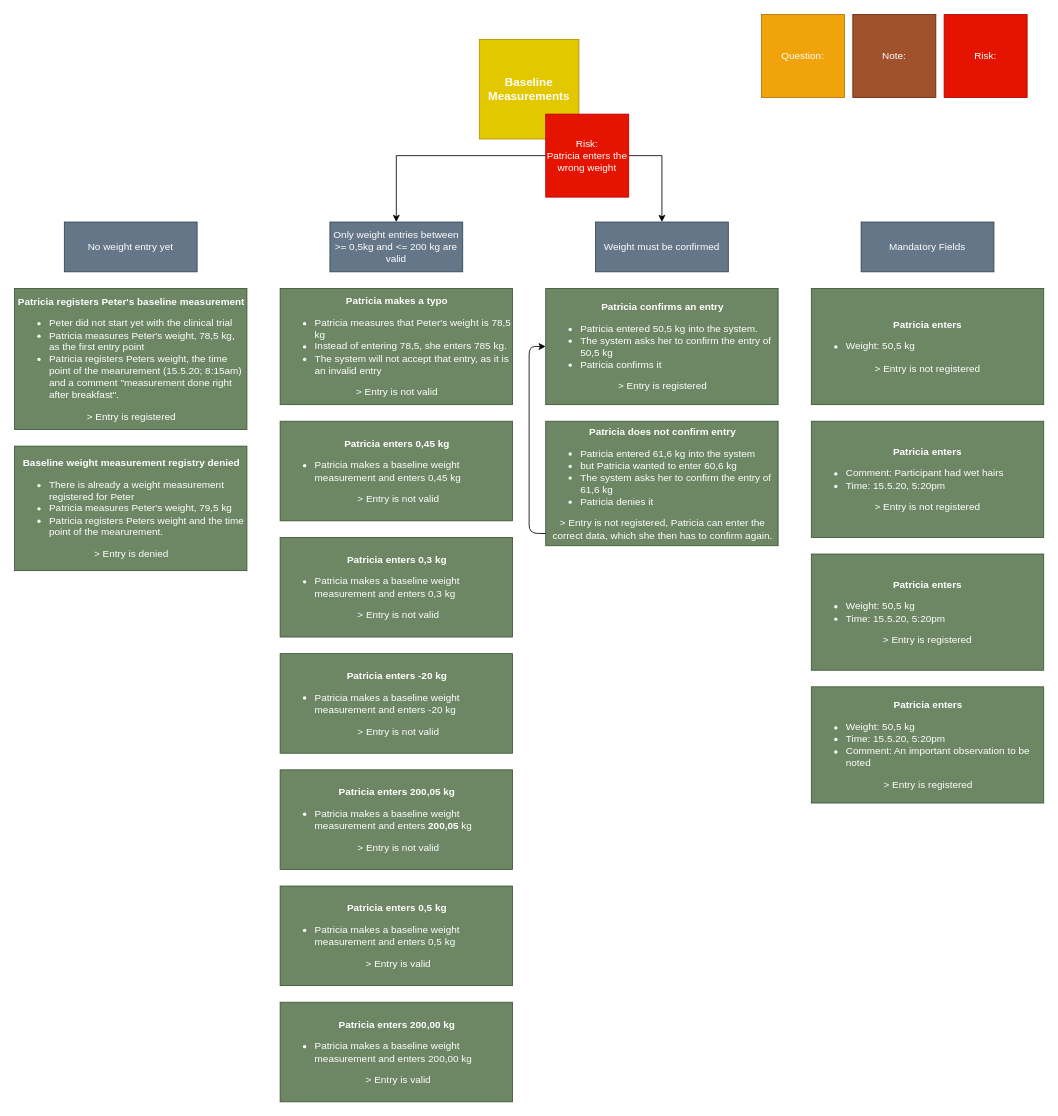
Earlier version of the draw.io diagram jba-oq-documents/ExampleMap_bddoq-26.drawio (sableu/BDD4OQ). Source tidied: cells renumbered, new cells numbered last; positions are measured from the earlier drawing's top-left corner, leaving out a move shared by most shapes. Both pictures are drawn from the tidied source at 83%, with x=0, y=0 at pixel (14, 14).
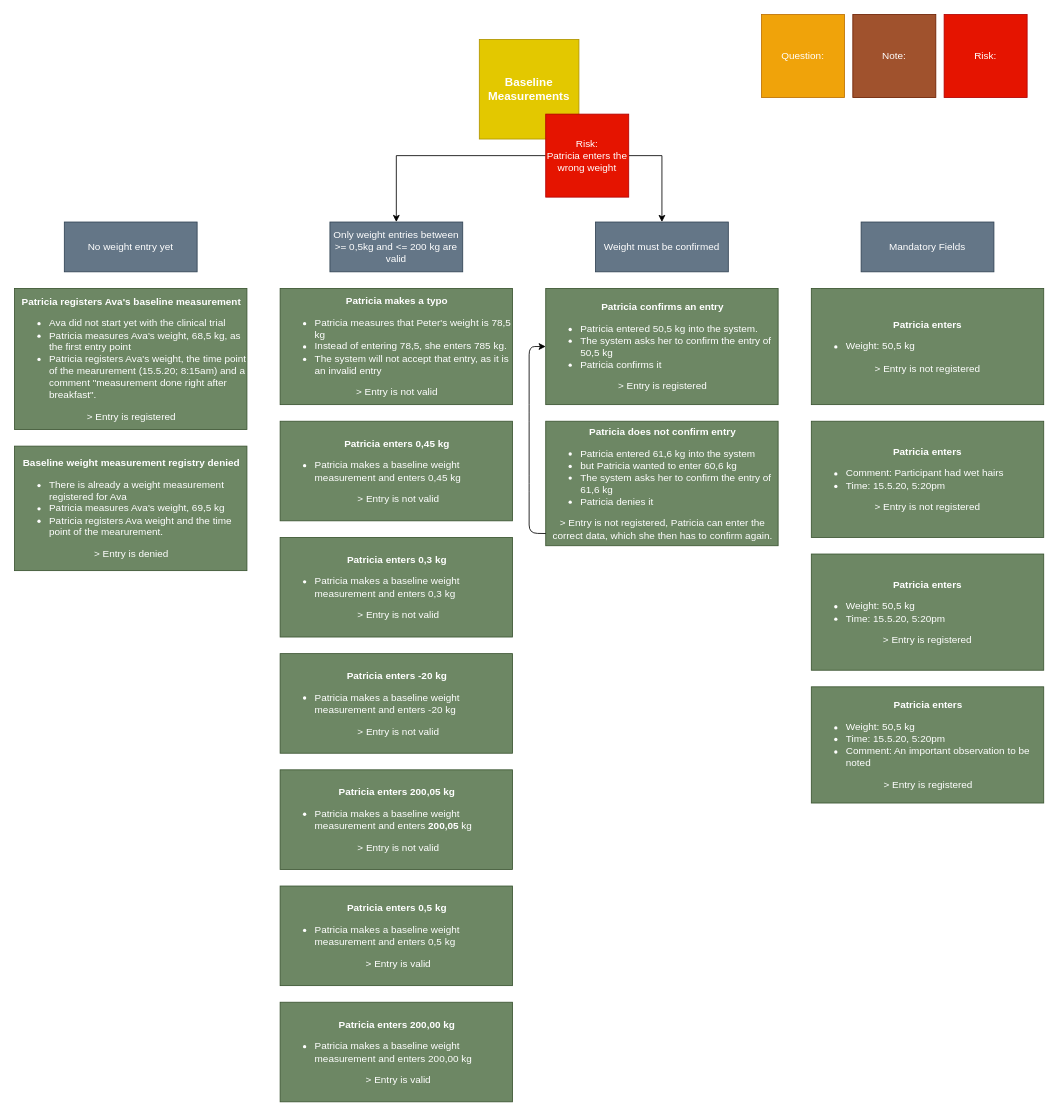
Above is the later version.

Commit message (it also covers changes not shown here):
bddoq-26: Front end, stepDefs, but not all

Diff of the diagram source:
```diff
@@
-    <mxCell id="3" value="&lt;div style=&quot;text-align: center&quot;&gt;&lt;span&gt;&lt;b&gt;Patricia registers Peter's baseline measurement&lt;/b&gt;&lt;/span&gt;&lt;/div&gt;&lt;ul&gt;&lt;li&gt;Peter did not start yet with the clinical trial&lt;/li&gt;&lt;li&gt;Patricia measures Peter's weight, 78,5 kg, as the first entry point&lt;/li&gt;&lt;li&gt;Patricia registers Peters weight, the time point of the mearurement (15.5.20; 8:15am) and a comment &quot;measurement done right after breakfast&quot;.&lt;br&gt;&lt;/li&gt;&lt;/ul&gt;&lt;div style=&quot;text-align: center&quot;&gt;&amp;gt; Entry is registered&lt;/div&gt;" style="rounded=0;whiteSpace=wrap;html=1;align=left;fillColor=#6d8764;strokeColor=#3A5431;fontColor=#ffffff;" parent="1" vertex="1">
+    <mxCell id="3" value="&lt;div style=&quot;text-align: center&quot;&gt;&lt;span&gt;&lt;b&gt;Patricia registers Ava's baseline measurement&lt;/b&gt;&lt;/span&gt;&lt;/div&gt;&lt;ul&gt;&lt;li&gt;Ava did not start yet with the clinical trial&lt;/li&gt;&lt;li&gt;Patricia measures Ava's weight, 68,5 kg, as the first entry point&lt;/li&gt;&lt;li&gt;Patricia registers Ava's weight, the time point of the mearurement (15.5.20; 8:15am) and a comment &quot;measurement done right after breakfast&quot;.&lt;br&gt;&lt;/li&gt;&lt;/ul&gt;&lt;div style=&quot;text-align: center&quot;&gt;&amp;gt; Entry is registered&lt;/div&gt;" style="rounded=0;whiteSpace=wrap;html=1;align=left;fillColor=#6d8764;strokeColor=#3A5431;fontColor=#ffffff;" parent="1" vertex="1">
       <mxGeometry y="330" width="280" height="170" as="geometry" />
     </mxCell>
@@
-    <mxCell id="22" value="&lt;div style=&quot;text-align: center&quot;&gt;&lt;span&gt;&lt;b&gt;Baseline weight measurement registry denied&lt;/b&gt;&lt;/span&gt;&lt;/div&gt;&lt;ul&gt;&lt;li&gt;There is already a weight measurement registered for Peter&lt;/li&gt;&lt;li&gt;Patricia measures Peter's weight, 79,5 kg&lt;/li&gt;&lt;li&gt;Patricia registers Peters weight and the time point of the mearurement.&lt;br&gt;&lt;/li&gt;&lt;/ul&gt;&lt;div style=&quot;text-align: center&quot;&gt;&amp;gt; Entry is denied&lt;/div&gt;" style="rounded=0;whiteSpace=wrap;html=1;align=left;fillColor=#6d8764;strokeColor=#3A5431;fontColor=#ffffff;" parent="1" vertex="1">
+    <mxCell id="22" value="&lt;div style=&quot;text-align: center&quot;&gt;&lt;span&gt;&lt;b&gt;Baseline weight measurement registry denied&lt;/b&gt;&lt;/span&gt;&lt;/div&gt;&lt;ul&gt;&lt;li&gt;There is already a weight measurement registered for Ava&lt;/li&gt;&lt;li&gt;Patricia measures Ava's weight, 69,5 kg&lt;/li&gt;&lt;li&gt;Patricia registers Ava weight and the time point of the mearurement.&lt;br&gt;&lt;/li&gt;&lt;/ul&gt;&lt;div style=&quot;text-align: center&quot;&gt;&amp;gt; Entry is denied&lt;/div&gt;" style="rounded=0;whiteSpace=wrap;html=1;align=left;fillColor=#6d8764;strokeColor=#3A5431;fontColor=#ffffff;" parent="1" vertex="1">
       <mxGeometry y="520" width="280" height="150" as="geometry" />
     </mxCell>
```
